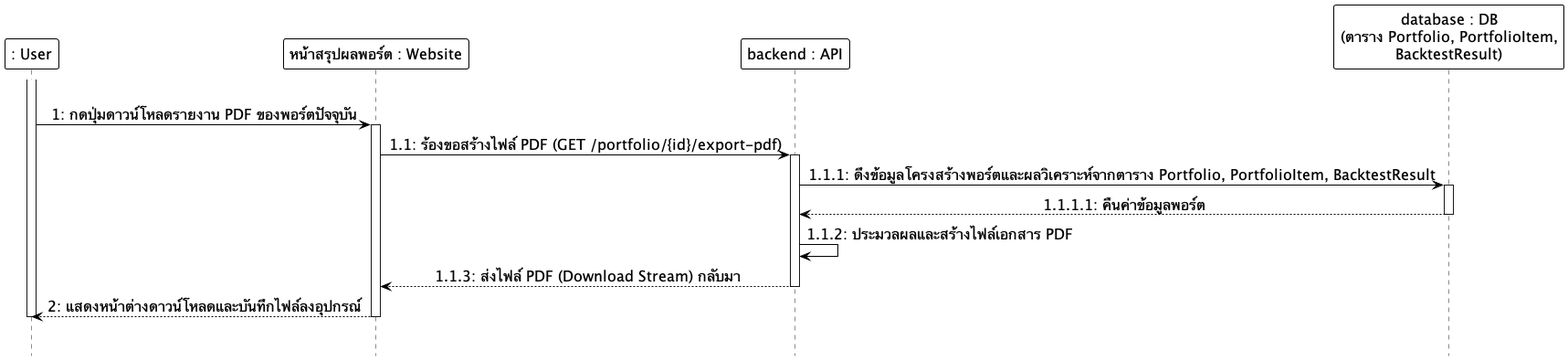
The PlantUML diagram docs/diagrams/images/sequence/sequence_08_download_pdf.png in Anatta-at/my-portfolio-app, before a commit. Its diagram source:
```plantuml
@startuml
hide footbox
skinparam monochrome true
skinparam shadowing false
skinparam backgroundcolor transparent
skinparam ParticipantMinHeight 60
skinparam ParticipantMinWidth 160
skinparam ParticipantBackgroundColor white
skinparam ParticipantBorderColor black
skinparam ParticipantBorderThickness 1.0
skinparam ParticipantFontSize 16
skinparam LifeLineBackgroundColor white
skinparam LifeLineBorderColor black
skinparam LifeLineBorderThickness 1.0
skinparam ArrowColor black
skinparam ArrowFontSize 16
skinparam sequenceMessageAlign center

participant ": User" as User
participant "หน้าสรุปผลพอร์ต : Website" as Frontend
participant "backend : API" as Backend
participant "database : DB\n(ตาราง Portfolio, PortfolioItem,\nBacktestResult)" as DB

|||
activate User
User -> Frontend: 1: กดปุ่มดาวน์โหลดรายงาน PDF ของพอร์ตปัจจุบัน
activate Frontend
Frontend -> Backend: 1.1: ร้องขอสร้างไฟล์ PDF (GET /portfolio/{id}/export-pdf)
activate Backend
Backend -> DB: 1.1.1: ดึงข้อมูลโครงสร้างพอร์ตและผลวิเคราะห์จากตาราง Portfolio, PortfolioItem, BacktestResult
activate DB
DB --> Backend: 1.1.1.1: คืนค่าข้อมูลพอร์ต
deactivate DB
Backend -> Backend: 1.1.2: ประมวลผลและสร้างไฟล์เอกสาร PDF
Backend --> Frontend: 1.1.3: ส่งไฟล์ PDF (Download Stream) กลับมา
deactivate Backend
Frontend --> User: 2: แสดงหน้าต่างดาวน์โหลดและบันทึกไฟล์ลงอุปกรณ์
deactivate Frontend
deactivate User
|||
@enduml
```
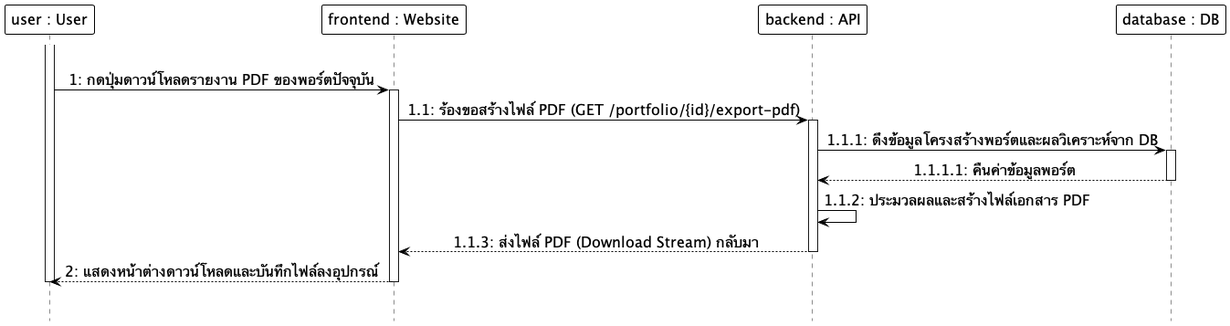
Later version of the same file.

Change to the diagram source:
```diff
@@ -16,10 +16,10 @@
 skinparam ArrowFontSize 16
 skinparam sequenceMessageAlign center
 
-participant ": User" as User
-participant "หน้าสรุปผลพอร์ต : Website" as Frontend
+participant "user : User" as User
+participant "frontend : Website" as Frontend
 participant "backend : API" as Backend
-participant "database : DB\n(ตาราง Portfolio, PortfolioItem,\nBacktestResult)" as DB
+participant "database : DB" as DB
 
 |||
 activate User
@@ -27,7 +27,7 @@
 activate Frontend
 Frontend -> Backend: 1.1: ร้องขอสร้างไฟล์ PDF (GET /portfolio/{id}/export-pdf)
 activate Backend
-Backend -> DB: 1.1.1: ดึงข้อมูลโครงสร้างพอร์ตและผลวิเคราะห์จากตาราง Portfolio, PortfolioItem, BacktestResult
+Backend -> DB: 1.1.1: ดึงข้อมูลโครงสร้างพอร์ตและผลวิเคราะห์จาก DB
 activate DB
 DB --> Backend: 1.1.1.1: คืนค่าข้อมูลพอร์ต
 deactivate DB
```
